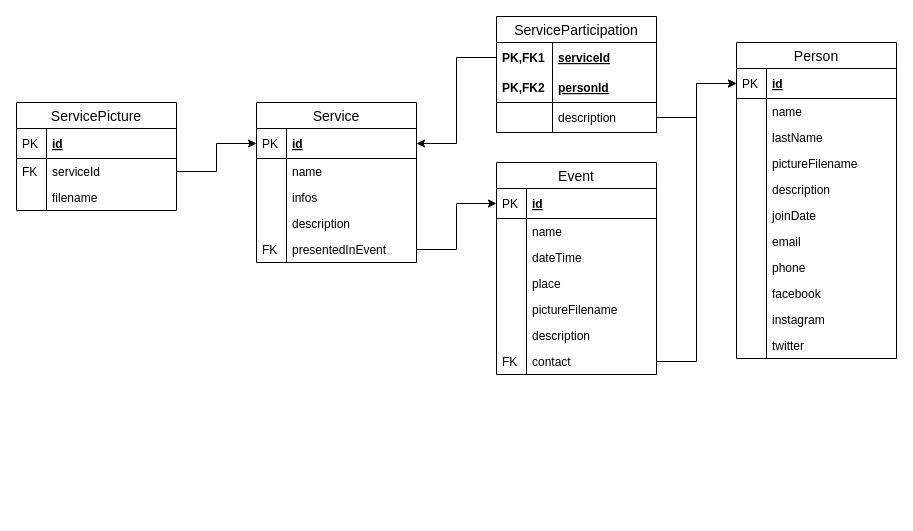
This is DesignDocument/diagrams/RelationalTables.drawio from Alenichel/CodiglioniDellOglioNichelini-HypermediaProject, a draw.io file, before an edit. Source tidied: cells renumbered, new cells numbered last; positions are measured from the earlier drawing's top-left corner, leaving out a move shared by most shapes. Both pictures are drawn from the tidied source at 100%, with x=0, y=0 at pixel (16, 16).
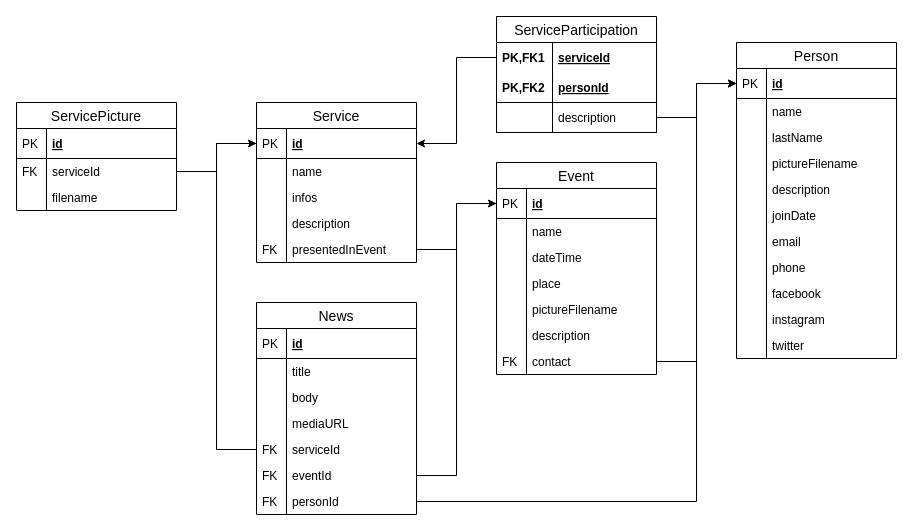
After the change.

Unchanged cells that the change refers to:
```xml
<mxCell id="5" value="id" style="shape=partialRectangle;top=0;left=0;right=0;bottom=1;align=left;verticalAlign=middle;fillColor=none;spacingLeft=34;spacingRight=4;overflow=hidden;points=[[0,0.5],[1,0.5]];portConstraint=eastwest;fontStyle=5;fontSize=12;" parent="4" vertex="1">
  <mxGeometry y="26" width="160" height="30" as="geometry" />
</mxCell>
<mxCell id="33" value="id" style="shape=partialRectangle;top=0;left=0;right=0;bottom=1;align=left;verticalAlign=middle;fillColor=none;spacingLeft=34;spacingRight=4;overflow=hidden;points=[[0,0.5],[1,0.5]];portConstraint=eastwest;fontStyle=5;fontSize=12;" parent="32" vertex="1">
  <mxGeometry y="26" width="160" height="30" as="geometry" />
</mxCell>
<mxCell id="48" value="id" style="shape=partialRectangle;top=0;left=0;right=0;bottom=1;align=left;verticalAlign=middle;fillColor=none;spacingLeft=34;spacingRight=4;overflow=hidden;points=[[0,0.5],[1,0.5]];portConstraint=eastwest;fontStyle=5;fontSize=12;" parent="47" vertex="1">
  <mxGeometry y="26" width="160" height="30" as="geometry" />
</mxCell>
```

What changed in the source:
```diff
@@
+    <mxCell id="70" value="News" style="swimlane;fontStyle=0;horizontal=1;startSize=26;align=center;fontSize=14;" parent="1" vertex="1">
+      <mxGeometry x="240" y="286" width="160" height="212" as="geometry" />
+    </mxCell>
+    <mxCell id="71" value="id" style="shape=partialRectangle;top=0;left=0;right=0;bottom=1;align=left;verticalAlign=middle;fillColor=none;spacingLeft=34;spacingRight=4;overflow=hidden;fontStyle=5;fontSize=12;" parent="70" vertex="1">
+      <mxGeometry y="26" width="160" height="30" as="geometry" />
+    </mxCell>
+    <mxCell id="72" value="PK" style="shape=partialRectangle;top=0;left=0;bottom=0;fillColor=none;align=left;verticalAlign=middle;spacingLeft=4;spacingRight=4;overflow=hidden;fontSize=12;" parent="71" vertex="1">
+      <mxGeometry width="30" height="30" as="geometry" />
+    </mxCell>
+    <mxCell id="73" value="title" style="shape=partialRectangle;top=0;left=0;right=0;bottom=0;align=left;verticalAlign=top;fillColor=none;spacingLeft=34;spacingRight=4;overflow=hidden;fontSize=12;" parent="70" vertex="1">
+      <mxGeometry y="56" width="160" height="26" as="geometry" />
+    </mxCell>
+    <mxCell id="74" style="shape=partialRectangle;top=0;left=0;bottom=0;fillColor=none;align=left;verticalAlign=top;spacingLeft=4;spacingRight=4;overflow=hidden;fontSize=12;" parent="73" vertex="1">
+      <mxGeometry width="30" height="26" as="geometry" />
+    </mxCell>
+    <mxCell id="75" value="body" style="shape=partialRectangle;top=0;left=0;right=0;bottom=0;align=left;verticalAlign=top;fillColor=none;spacingLeft=34;spacingRight=4;overflow=hidden;fontSize=12;" parent="70" vertex="1">
+      <mxGeometry y="82" width="160" height="26" as="geometry" />
+    </mxCell>
+    <mxCell id="76" style="shape=partialRectangle;top=0;left=0;bottom=0;fillColor=none;align=left;verticalAlign=top;spacingLeft=4;spacingRight=4;overflow=hidden;fontSize=12;" parent="75" vertex="1">
+      <mxGeometry width="30" height="26" as="geometry" />
+    </mxCell>
+    <mxCell id="77" value="mediaURL" style="shape=partialRectangle;top=0;left=0;right=0;bottom=0;align=left;verticalAlign=top;fillColor=none;spacingLeft=34;spacingRight=4;overflow=hidden;fontSize=12;" parent="70" vertex="1">
+      <mxGeometry y="108" width="160" height="26" as="geometry" />
+    </mxCell>
+    <mxCell id="78" style="shape=partialRectangle;top=0;left=0;bottom=0;fillColor=none;align=left;verticalAlign=top;spacingLeft=4;spacingRight=4;overflow=hidden;fontSize=12;" parent="77" vertex="1">
+      <mxGeometry width="30" height="26" as="geometry" />
+    </mxCell>
+    <mxCell id="79" value="serviceId" style="shape=partialRectangle;top=0;left=0;right=0;bottom=0;align=left;verticalAlign=top;fillColor=none;spacingLeft=34;spacingRight=4;overflow=hidden;points=[[0,0.5],[1,0.5]];portConstraint=eastwest;fontSize=12;" parent="70" vertex="1">
+      <mxGeometry y="134" width="160" height="26" as="geometry" />
+    </mxCell>
+    <mxCell id="80" value="FK" style="shape=partialRectangle;top=0;left=0;bottom=0;fillColor=none;align=left;verticalAlign=top;spacingLeft=4;spacingRight=4;overflow=hidden;fontSize=12;" parent="79" vertex="1">
+      <mxGeometry width="30" height="26" as="geometry" />
+    </mxCell>
+    <mxCell id="81" value="eventId" style="shape=partialRectangle;top=0;left=0;right=0;bottom=0;align=left;verticalAlign=top;fillColor=none;spacingLeft=34;spacingRight=4;overflow=hidden;points=[[0,0.5],[1,0.5]];portConstraint=eastwest;fontSize=12;" parent="70" vertex="1">
+      <mxGeometry y="160" width="160" height="26" as="geometry" />
+    </mxCell>
+    <mxCell id="82" value="FK" style="shape=partialRectangle;top=0;left=0;bottom=0;fillColor=none;align=left;verticalAlign=top;spacingLeft=4;spacingRight=4;overflow=hidden;fontSize=12;" parent="81" vertex="1">
+      <mxGeometry width="30" height="26" as="geometry" />
+    </mxCell>
+    <mxCell id="83" value="personId" style="shape=partialRectangle;top=0;left=0;right=0;bottom=0;align=left;verticalAlign=top;fillColor=none;spacingLeft=34;spacingRight=4;overflow=hidden;points=[[0,0.5],[1,0.5]];portConstraint=eastwest;fontSize=12;" parent="70" vertex="1">
+      <mxGeometry y="186" width="160" height="26" as="geometry" />
+    </mxCell>
+    <mxCell id="84" value="FK" style="shape=partialRectangle;top=0;left=0;bottom=0;fillColor=none;align=left;verticalAlign=top;spacingLeft=4;spacingRight=4;overflow=hidden;fontSize=12;" parent="83" vertex="1">
+      <mxGeometry width="30" height="26" as="geometry" />
+    </mxCell>
+    <mxCell id="85" style="edgeStyle=orthogonalEdgeStyle;rounded=0;jettySize=auto;html=1;exitX=0;exitY=0.5;exitDx=0;exitDy=0;entryX=0;entryY=0.5;entryDx=0;entryDy=0;endArrow=none;endFill=0;" parent="1" edge="1" source="79" target="5">
+      <mxGeometry relative="1" as="geometry">
+        <Array as="points">
+          <mxPoint x="200" y="433" />
+          <mxPoint x="200" y="127" />
+        </Array>
+      </mxGeometry>
+    </mxCell>
+    <mxCell id="86" style="edgeStyle=orthogonalEdgeStyle;rounded=0;jettySize=auto;html=1;exitX=1;exitY=0.5;exitDx=0;exitDy=0;entryX=0;entryY=0.5;entryDx=0;entryDy=0;endArrow=none;endFill=0;" parent="1" edge="1" source="81" target="33">
+      <mxGeometry relative="1" as="geometry" />
+    </mxCell>
+    <mxCell id="87" style="edgeStyle=orthogonalEdgeStyle;rounded=0;jettySize=auto;html=1;exitX=1;exitY=0.5;exitDx=0;exitDy=0;entryX=0;entryY=0.5;entryDx=0;entryDy=0;endArrow=none;endFill=0;" parent="1" edge="1" source="83" target="48">
+      <mxGeometry relative="1" as="geometry">
+        <Array as="points">
+          <mxPoint x="680" y="485" />
+          <mxPoint x="680" y="67" />
+        </Array>
+      </mxGeometry>
+    </mxCell>
```
